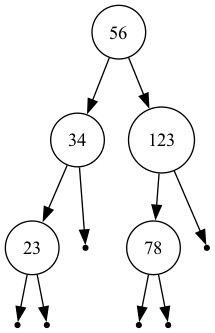
The Graphviz diagram tree.png in SharQawyCS/Optimal-Binary-Search-Tree, before a commit. Its source is kept beside it as tree.dot.
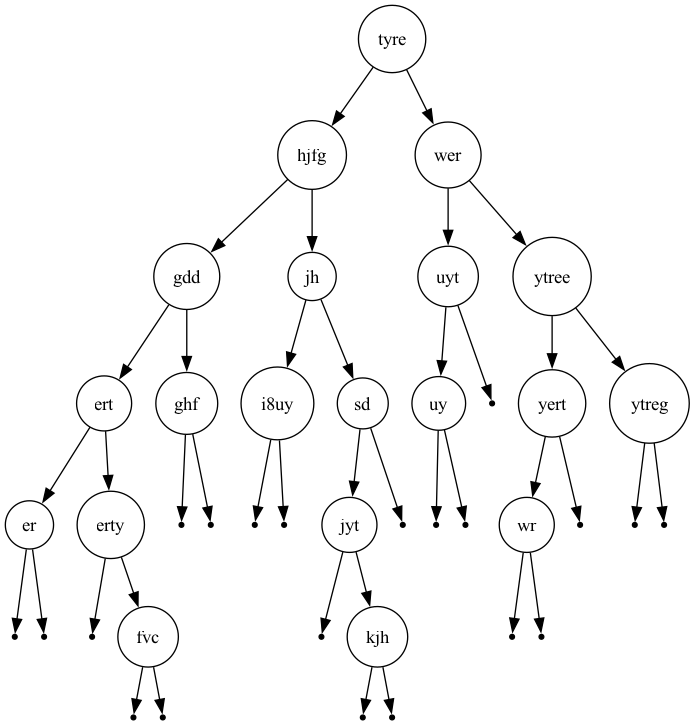
After the commit.

Change to the diagram source:
```diff
@@ -1,19 +1,64 @@
 digraph OBST {
   node [shape=circle];
-  "56" -> "34";
-  "34" -> "23";
+  "tyre" -> "hjfg";
+  "hjfg" -> "gdd";
+  "gdd" -> "ert";
+  "ert" -> "er";
   null0 [shape=point];
-  "23" -> null0;
+  "er" -> null0;
   null1 [shape=point];
-  "23" -> null1;
+  "er" -> null1;
+  "ert" -> "erty";
   null2 [shape=point];
-  "34" -> null2;
-  "56" -> "123";
-  "123" -> "78";
+  "erty" -> null2;
+  "erty" -> "fvc";
   null3 [shape=point];
-  "78" -> null3;
+  "fvc" -> null3;
   null4 [shape=point];
-  "78" -> null4;
+  "fvc" -> null4;
+  "gdd" -> "ghf";
   null5 [shape=point];
-  "123" -> null5;
+  "ghf" -> null5;
+  null6 [shape=point];
+  "ghf" -> null6;
+  "hjfg" -> "jh";
+  "jh" -> "i8uy";
+  null7 [shape=point];
+  "i8uy" -> null7;
+  null8 [shape=point];
+  "i8uy" -> null8;
+  "jh" -> "sd";
+  "sd" -> "jyt";
+  null9 [shape=point];
+  "jyt" -> null9;
+  "jyt" -> "kjh";
+  null10 [shape=point];
+  "kjh" -> null10;
+  null11 [shape=point];
+  "kjh" -> null11;
+  null12 [shape=point];
+  "sd" -> null12;
+  "tyre" -> "wer";
+  "wer" -> "uyt";
+  "uyt" -> "uy";
+  null13 [shape=point];
+  "uy" -> null13;
+  null14 [shape=point];
+  "uy" -> null14;
+  null15 [shape=point];
+  "uyt" -> null15;
+  "wer" -> "ytree";
+  "ytree" -> "yert";
+  "yert" -> "wr";
+  null16 [shape=point];
+  "wr" -> null16;
+  null17 [shape=point];
+  "wr" -> null17;
+  null18 [shape=point];
+  "yert" -> null18;
+  "ytree" -> "ytreg";
+  null19 [shape=point];
+  "ytreg" -> null19;
+  null20 [shape=point];
+  "ytreg" -> null20;
 }
```
